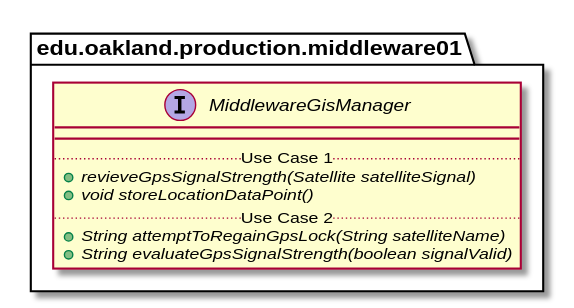
The PlantUML diagram docs/uml-class-diagrams/middleware01/production/MiddlewareGisManager/MiddlewareGisManager_DirectDependencies.svg in andrewdimmer/csi-3370-software-project, before a commit. The source it was exported from:
```plantuml
@startuml MiddlewareGisManager_DirectDependencies


package edu.oakland.production.middleware01 {
    interface MiddlewareGisManager {
        __
        .. Use Case 1 ..
        {abstract} + revieveGpsSignalStrength(Satellite satelliteSignal)
        {abstract} + void storeLocationDataPoint()
        .. Use Case 2 ..
        {abstract} + String attemptToRegainGpsLock(String satelliteName)
        {abstract} + String evaluateGpsSignalStrength(boolean signalValid)
    }
}






@enduml
```
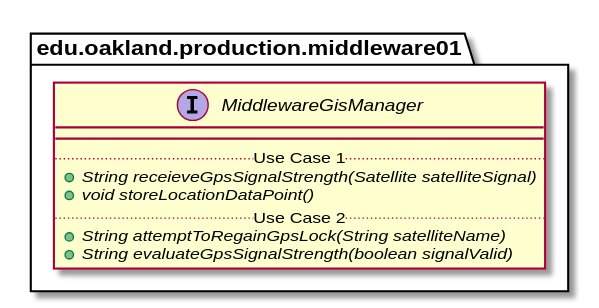
Above is the later version.

Diff of the diagram source:
```diff
@@ -5,7 +5,7 @@
     interface MiddlewareGisManager {
         __
         .. Use Case 1 ..
-        {abstract} + revieveGpsSignalStrength(Satellite satelliteSignal)
+        {abstract} + String receieveGpsSignalStrength(Satellite satelliteSignal)
         {abstract} + void storeLocationDataPoint()
         .. Use Case 2 ..
         {abstract} + String attemptToRegainGpsLock(String satelliteName)
```
